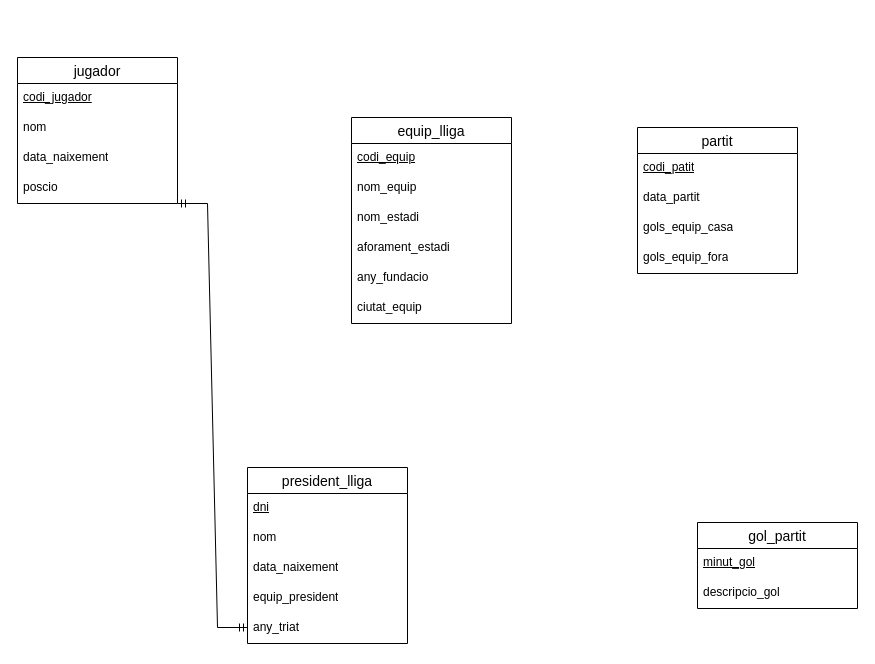
Before: practicas.drawio in victor06-git/Progam_with_Victor, a draw.io diagram. Source tidied: cells renumbered, new cells numbered last; positions are measured from the earlier drawing's top-left corner, leaving out a move shared by most shapes. Both pictures are drawn from the tidied source at 100%, with x=0, y=0 at pixel (17, 57).
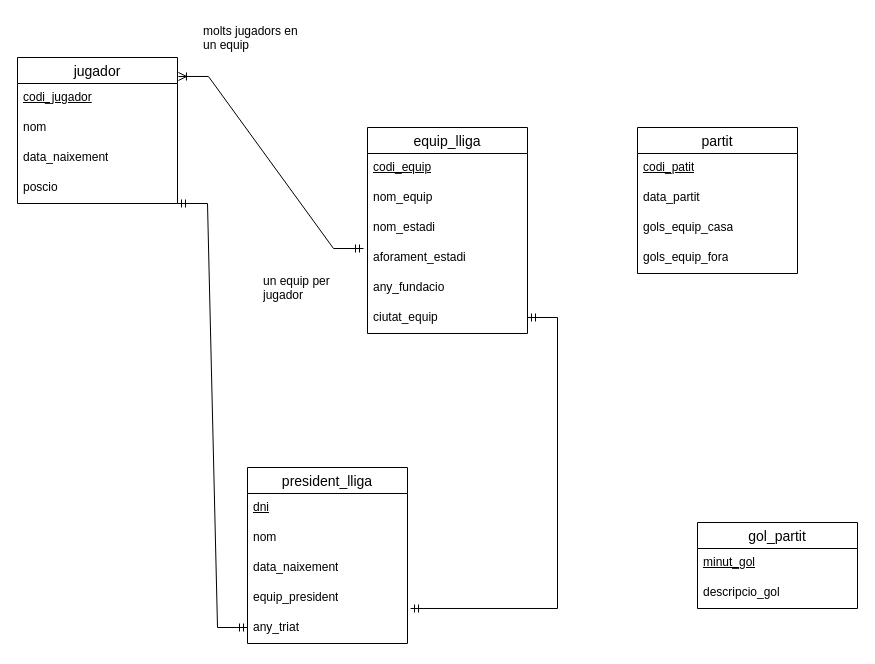
The same diagram, later.

Unchanged cells that the change refers to:
```xml
<mxCell id="2" value="jugador" style="swimlane;fontStyle=0;horizontal=1;startSize=26;align=center;fontSize=14;" parent="1" vertex="1">
  <mxGeometry width="160" height="146" as="geometry" />
</mxCell>
<mxCell id="11" value="aforament_estadi" style="text;strokeColor=none;fillColor=none;spacingLeft=4;spacingRight=4;overflow=hidden;points=[[0,0.5],[1,0.5]];portConstraint=eastwest;fontSize=12;whiteSpace=wrap;html=1;" parent="7" vertex="1">
  <mxGeometry y="116" width="160" height="30" as="geometry" />
</mxCell>
<mxCell id="26" value="equip_president&lt;div&gt;&lt;br&gt;&lt;/div&gt;" style="text;strokeColor=none;fillColor=none;spacingLeft=4;spacingRight=4;overflow=hidden;points=[[0,0.5],[1,0.5]];portConstraint=eastwest;fontSize=12;whiteSpace=wrap;html=1;" parent="22" vertex="1">
  <mxGeometry y="116" width="160" height="30" as="geometry" />
</mxCell>
```

What changed in the source:
```diff
@@
     <mxCell id="7" value="equip_lliga" style="swimlane;fontStyle=0;horizontal=1;startSize=26;align=center;fontSize=14;" parent="1" vertex="1">
-      <mxGeometry x="334" y="60" width="160" height="206" as="geometry" />
+      <mxGeometry x="350" y="70" width="160" height="206" as="geometry" />
     </mxCell>
@@
+    <mxCell id="29" style="edgeStyle=entityRelationEdgeStyle;fontSize=12;html=1;endArrow=ERoneToMany;startArrow=ERmandOne;rounded=0;exitX=-0.025;exitY=0.167;exitDx=0;exitDy=0;entryX=1.006;entryY=0.13;entryDx=0;entryDy=0;exitPerimeter=0;entryPerimeter=0;" parent="1" edge="1" source="11" target="2">
+      <mxGeometry relative="1" as="geometry" />
+    </mxCell>
+    <mxCell id="30" style="edgeStyle=entityRelationEdgeStyle;fontSize=12;html=1;endArrow=ERmandOne;startArrow=ERmandOne;rounded=0;entryX=1.019;entryY=0.833;entryDx=0;entryDy=0;entryPerimeter=0;" parent="1" edge="1" target="26">
+      <mxGeometry relative="1" as="geometry">
+        <mxPoint x="510" y="260" as="sourcePoint" />
+        <Array as="points">
+          <mxPoint x="550" y="320" />
+          <mxPoint x="540" y="440" />
+          <mxPoint x="270" y="320" />
+          <mxPoint x="200" y="350" />
+        </Array>
+      </mxGeometry>
+    </mxCell>
+    <mxCell id="31" value="molts jugadors en un equip" style="text;strokeColor=none;fillColor=none;spacingLeft=4;spacingRight=4;overflow=hidden;fontSize=12;whiteSpace=wrap;html=1;" parent="1" vertex="1">
+      <mxGeometry x="180" y="-40" width="120" height="40" as="geometry" />
+    </mxCell>
+    <mxCell id="32" value="un equip per jugador" style="text;strokeColor=none;fillColor=none;spacingLeft=4;spacingRight=4;overflow=hidden;fontSize=12;whiteSpace=wrap;html=1;" parent="1" vertex="1">
+      <mxGeometry x="240" y="210" width="120" height="40" as="geometry" />
+    </mxCell>
```
